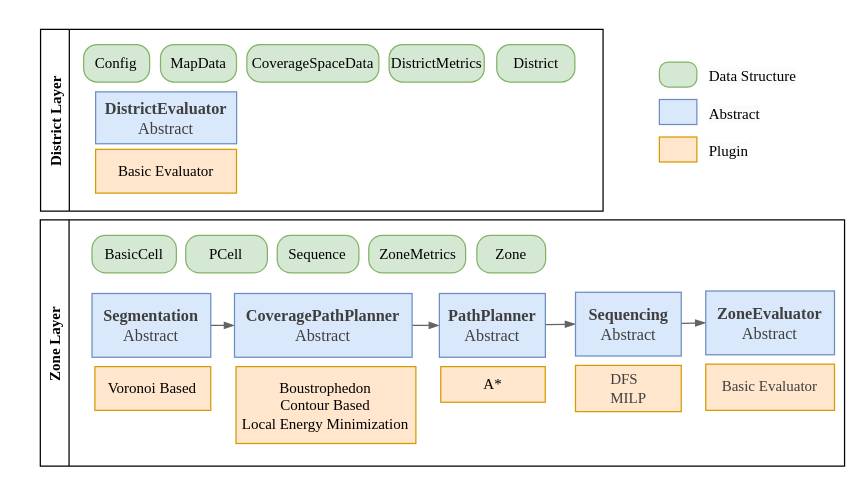
Earlier version of the draw.io diagram page "SystemDesign" (2 of 4) of documentation/design/d1_framework_2.drawio (MortezaHagh/coverage-path-planning). Source tidied: cells renumbered, new cells numbered last; positions are measured from the earlier drawing's top-left corner, leaving out a move shared by most shapes. Both pictures are drawn from the tidied source at 125%, with x=0, y=0 at pixel (21, -161).
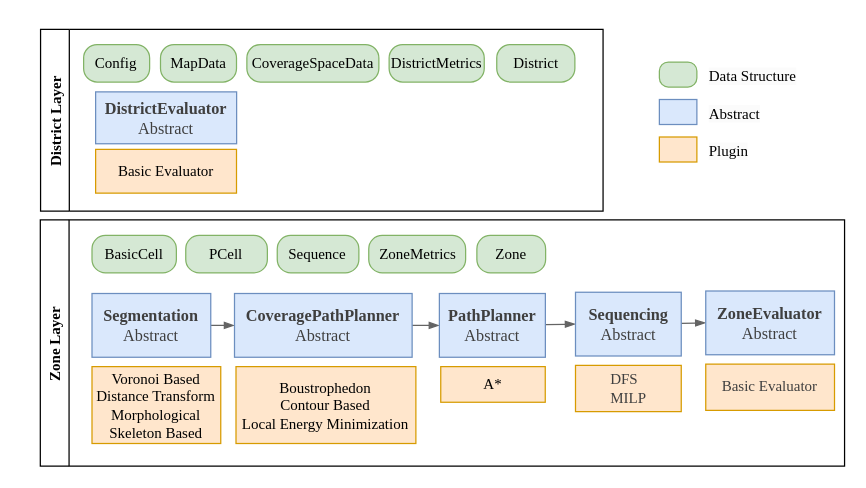
The same page after the edit.

Unchanged cells that the change refers to:
```xml
<mxCell id="4" value="Zone Layer" style="swimlane;rotation=-90;fontFamily=Times New Roman;" parent="1" vertex="1">
  <mxGeometry x="237.9" y="81.2" width="197.1" height="643.4" as="geometry" />
</mxCell>
```

Change to the diagram source:
```diff
@@
-    <mxCell id="9" value="&lt;span&gt;Voronoi Based&lt;/span&gt;" style="rounded=0;whiteSpace=wrap;html=1;fillColor=#ffe6cc;strokeColor=#d79b00;fontFamily=Times New Roman;fontStyle=0;" parent="4" vertex="1">
-      <mxGeometry x="-179.5" y="340.6" width="92.7" height="35" as="geometry" />
+    <mxCell id="9" value="&lt;span&gt;Voronoi Based&lt;/span&gt;&lt;div&gt;&lt;span&gt;Distance Transform&lt;/span&gt;&lt;/div&gt;&lt;div&gt;&lt;span&gt;Morphological&lt;/span&gt;&lt;/div&gt;&lt;div&gt;&lt;span&gt;Skeleton Based&lt;/span&gt;&lt;/div&gt;" style="rounded=0;whiteSpace=wrap;html=1;fillColor=#ffe6cc;strokeColor=#d79b00;fontFamily=Times New Roman;fontStyle=0;" parent="4" vertex="1">
+      <mxGeometry x="-181.8" y="340.6" width="103" height="61.5" as="geometry" />
     </mxCell>
```
